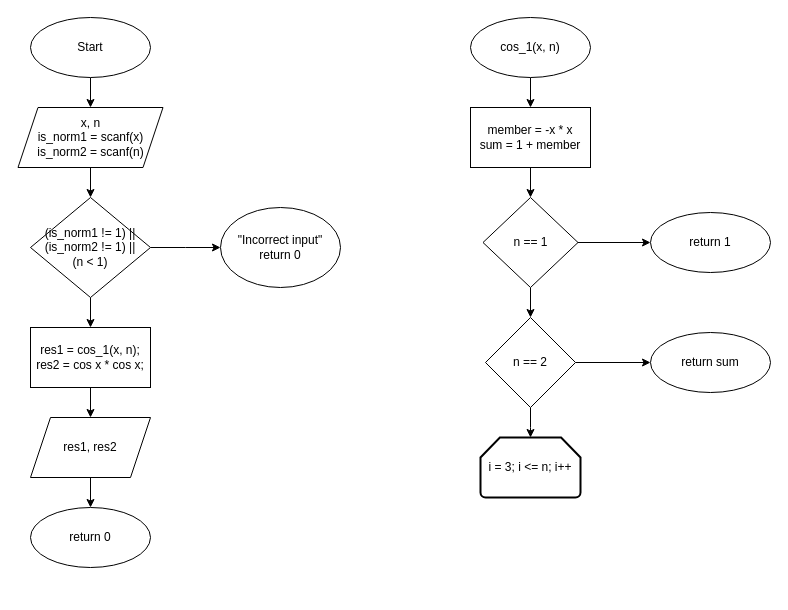
Above: labs/lab2/lab2.drawio in Glebins/mephi_labs (draw.io), before the change. Source tidied: cells renumbered, new cells numbered last; positions are measured from the earlier drawing's top-left corner, leaving out a move shared by most shapes. Both pictures are drawn from the tidied source at 100%, with x=0, y=0 at pixel (18, 17).
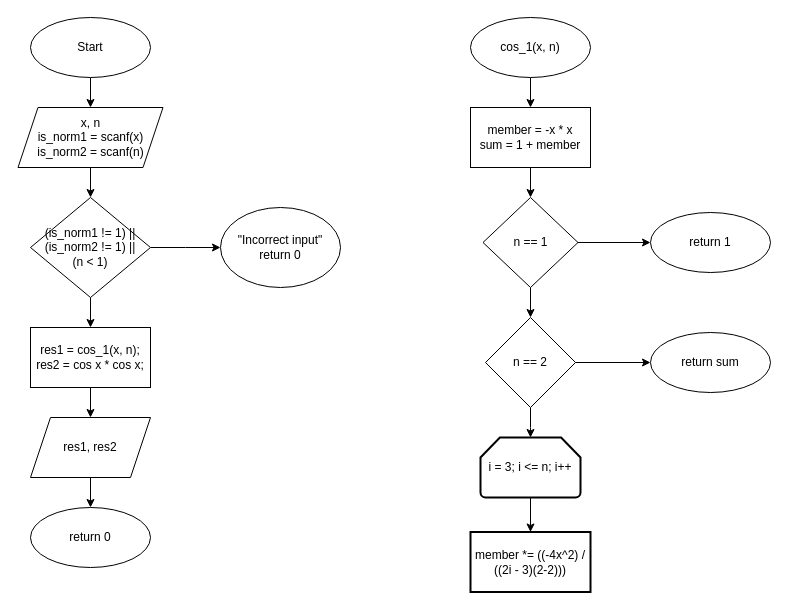
After the change.

The change refers to these unchanged cells:
```xml
<mxCell id="27" value="i = 3; i &amp;lt;= n; i++" style="strokeWidth=2;html=1;shape=mxgraph.flowchart.loop_limit;whiteSpace=wrap;" parent="1" vertex="1">
  <mxGeometry x="462" y="420" width="100" height="60" as="geometry" />
</mxCell>
```

Change to the diagram source:
```diff
@@
+    <mxCell id="28" style="edgeStyle=orthogonalEdgeStyle;rounded=0;jettySize=auto;html=1;" parent="1" edge="1" source="27" target="29">
+      <mxGeometry relative="1" as="geometry" />
+    </mxCell>
@@
+    <mxCell id="29" value="member *= ((-4x^2) / ((2i - 3)(2-2)))" style="whiteSpace=wrap;html=1;strokeWidth=2;" parent="1" vertex="1">
+      <mxGeometry x="452" y="514.5" width="120" height="60" as="geometry" />
+    </mxCell>
```
